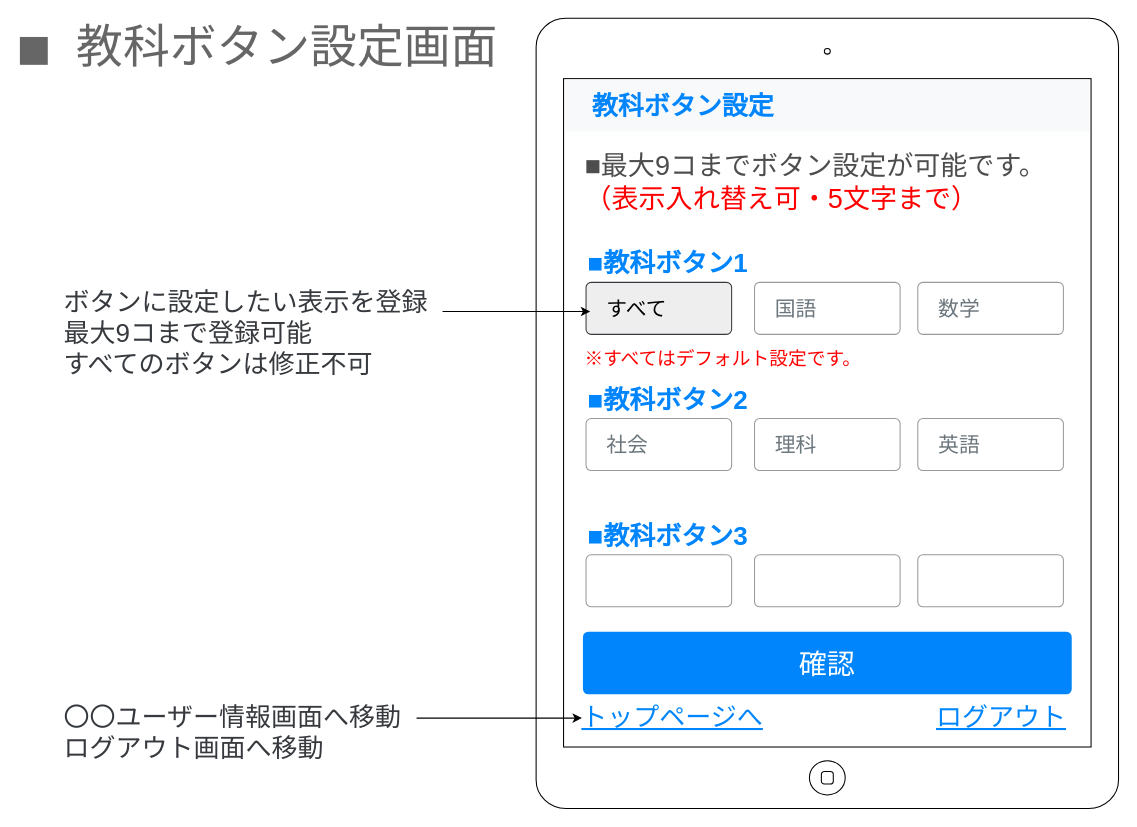
Above: page "教科ボタン設定画面" (3 of 16) of 画面設計_苦手問題克服.drawio in mitsuewatanabe/practice (draw.io), before the change. Source tidied: cells renumbered, new cells numbered last; positions are measured from the earlier drawing's top-left corner, leaving out a move shared by most shapes. Both pictures are drawn from the tidied source at 104%, with x=0, y=0 at pixel (18, 18).
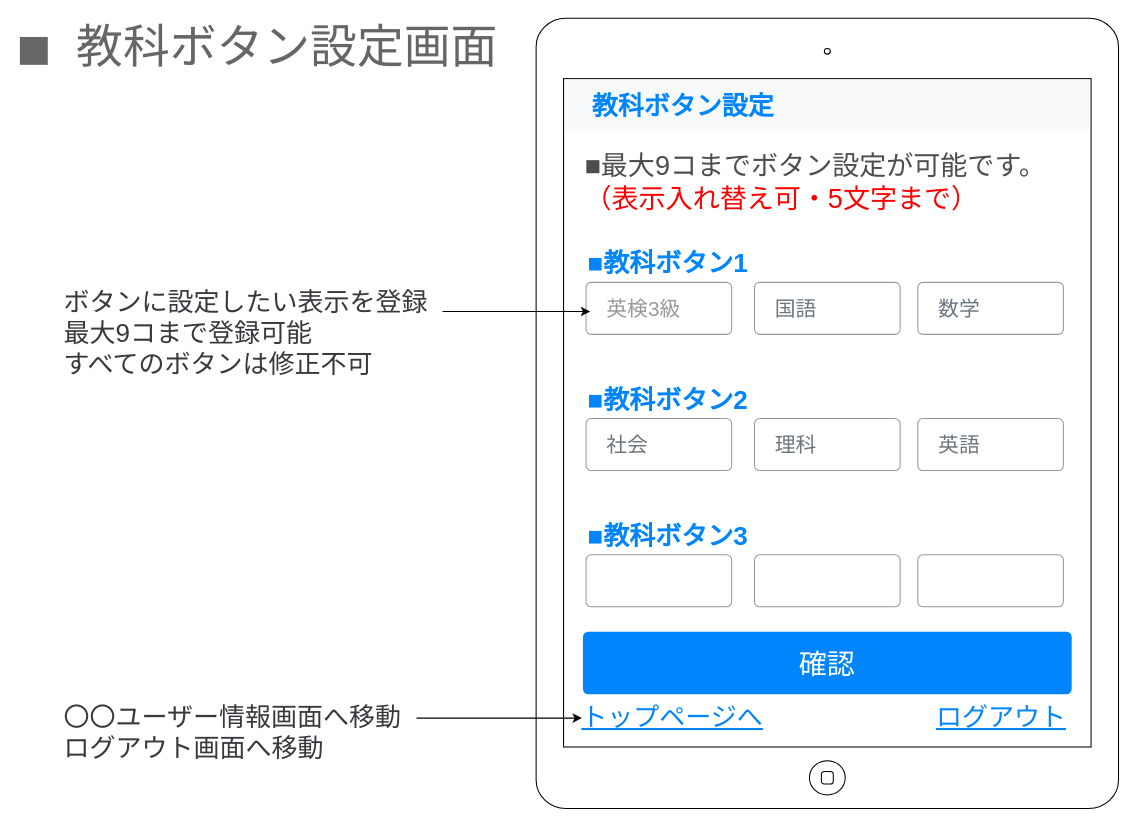
The same diagram, later.

The change refers to these unchanged cells:
```xml
<mxCell id="15" style="group;" parent="14" vertex="1">
  <mxGeometry width="400" height="79" as="geometry" />
</mxCell>
```

Change to the diagram source:
```diff
@@
-    <mxCell id="16" value="すべて" style="html=1;shadow=0;dashed=0;shape=mxgraph.bootstrap.rrect;rSize=5;strokeColor=#36393d;strokeWidth=1;fillColor=#eeeeee;whiteSpace=wrap;align=left;verticalAlign=middle;spacingLeft=10;fontSize=20;spacing=10;" parent="15" vertex="1">
+    <mxCell id="16" value="&lt;font color=&quot;#999999&quot;&gt;英検3級&lt;/font&gt;" style="html=1;shadow=0;dashed=0;shape=mxgraph.bootstrap.rrect;rSize=5;strokeWidth=1;whiteSpace=wrap;align=left;verticalAlign=middle;spacingLeft=10;fontSize=20;spacing=10;strokeColor=#999999;" parent="15" vertex="1">
       <mxGeometry y="29" width="140" height="50" as="geometry" />
     </mxCell>
@@
-    <mxCell id="38" value="&lt;font style=&quot;font-size: 18px;&quot;&gt;&lt;font color=&quot;#ff0000&quot; style=&quot;font-size: 18px;&quot;&gt;※すべてはデフォルト設定です。&lt;/font&gt;&lt;br style=&quot;font-size: 18px;&quot;&gt;&lt;/font&gt;" style="text;html=1;strokeColor=none;fillColor=none;align=left;verticalAlign=middle;whiteSpace=wrap;rounded=0;sketch=0;fontSize=18;fontColor=#4D4D4D;fontStyle=0;labelPosition=center;verticalLabelPosition=middle;" parent="1" vertex="1">
-      <mxGeometry x="543" y="303" width="458.3" height="50" as="geometry" />
-    </mxCell>
```
